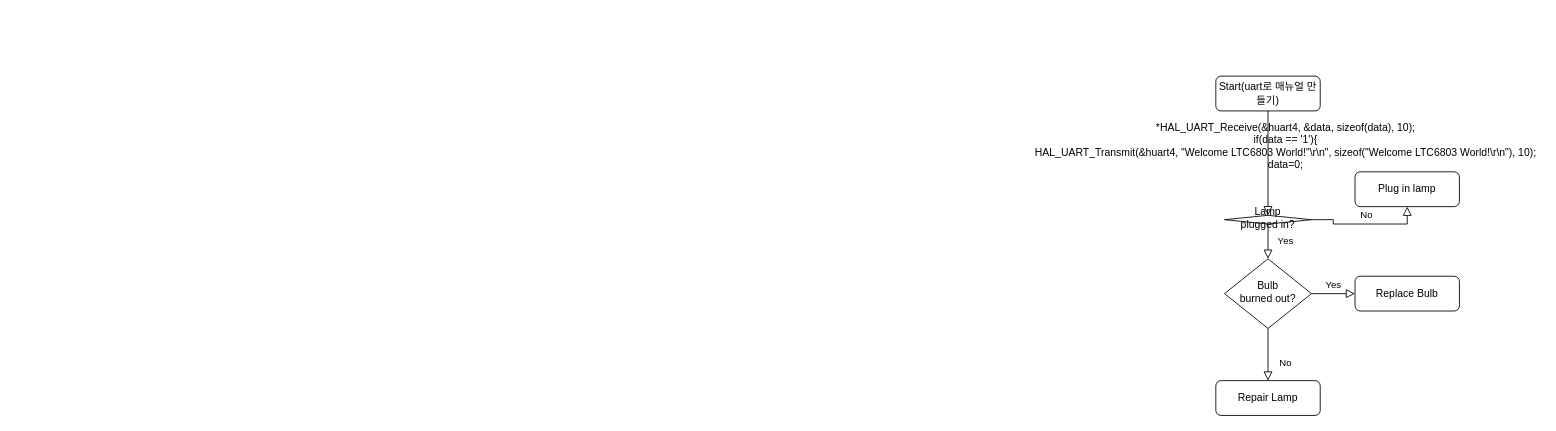
This is ReservJAVA_app/Untitled Diagram.drawio from jedikb/reservJAVA_app, a draw.io file, before an edit. Source tidied: cells renumbered, new cells numbered last; positions are measured from the earlier drawing's top-left corner, leaving out a move shared by most shapes. Both pictures are drawn from the tidied source at 87%, with x=0, y=0 at pixel (1028, 76).
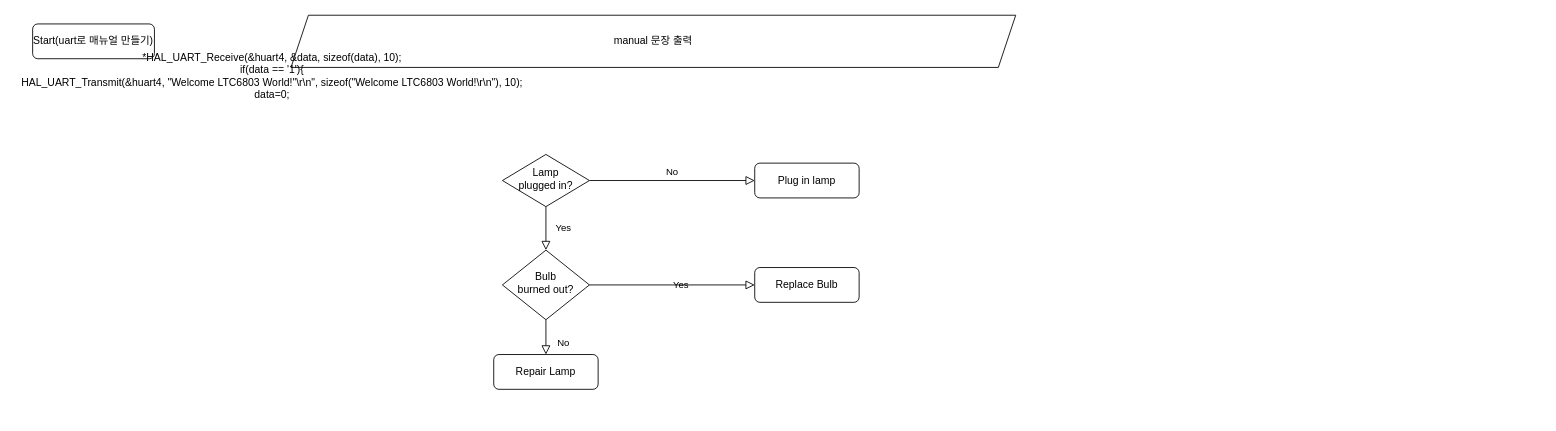
The same page after the edit.

The edit, as a diff of the source:
```diff
@@
 <mxGraphModel>
   <root>
     <mxCell id="0" />
     <mxCell id="1" parent="0" />
-    <mxCell id="2" style="rounded=0;html=1;jettySize=auto;fontSize=11;endArrow=block;endFill=0;endSize=8;strokeWidth=1;shadow=0;labelBackgroundColor=none;edgeStyle=orthogonalEdgeStyle;" parent="1" edge="1" source="3" target="6">
-      <mxGeometry relative="1" as="geometry">
-        <Array as="points">
-          <mxPoint x="275" y="90" />
-        </Array>
-      </mxGeometry>
-    </mxCell>
+    <mxCell id="14" value="manual 문장 출력&lt;br&gt;" style="shape=parallelogram;perimeter=parallelogramPerimeter;whiteSpace=wrap;html=1;fixedSize=1;fillColor=#ffffff;gradientColor=#ffffff;" parent="1" vertex="1">
+      <mxGeometry x="-848" y="-70" width="833" height="60" as="geometry" />
+    </mxCell>
     <mxCell id="3" value="Start(uart로 매뉴얼 만들기)" style="rounded=1;whiteSpace=wrap;html=1;fontSize=12;glass=0;strokeWidth=1;shadow=0;" parent="1" vertex="1">
-      <mxGeometry x="215" width="120" height="40" as="geometry" />
+      <mxGeometry x="-1145" y="-60" width="140" height="40" as="geometry" />
     </mxCell>
     <mxCell id="4" value="Yes" style="rounded=0;html=1;jettySize=auto;fontSize=11;endArrow=block;endFill=0;endSize=8;strokeWidth=1;shadow=0;labelBackgroundColor=none;edgeStyle=orthogonalEdgeStyle;" parent="1" edge="1" source="6" target="10">
       <mxGeometry y="20" relative="1" as="geometry" />
     </mxCell>
     <mxCell id="5" value="No" style="edgeStyle=orthogonalEdgeStyle;rounded=0;html=1;jettySize=auto;fontSize=11;endArrow=block;endFill=0;endSize=8;strokeWidth=1;shadow=0;labelBackgroundColor=none;" parent="1" edge="1" source="6" target="7">
-      <mxGeometry y="10" relative="1" as="geometry" />
+      <mxGeometry y="10" relative="1" as="geometry">
+        <Array as="points">
+          <mxPoint x="-245" y="120" />
+          <mxPoint x="-245" y="120" />
+        </Array>
+      </mxGeometry>
     </mxCell>
     <mxCell id="6" value="Lamp&lt;br&gt;plugged in?" style="rhombus;whiteSpace=wrap;html=1;shadow=0;fontFamily=Helvetica;fontSize=12;align=center;strokeWidth=1;spacing=6;spacingTop=-4;" parent="1" vertex="1">
-      <mxGeometry x="225" y="160" width="100" height="10" as="geometry" />
+      <mxGeometry x="-605" y="90" width="100" height="60" as="geometry" />
     </mxCell>
     <mxCell id="7" value="Plug in lamp" style="rounded=1;whiteSpace=wrap;html=1;fontSize=12;glass=0;strokeWidth=1;shadow=0;" parent="1" vertex="1">
-      <mxGeometry x="375" y="110" width="120" height="40" as="geometry" />
+      <mxGeometry x="-315" y="100" width="120" height="40" as="geometry" />
     </mxCell>
     <mxCell id="8" value="No" style="rounded=0;html=1;jettySize=auto;fontSize=11;endArrow=block;endFill=0;endSize=8;strokeWidth=1;shadow=0;labelBackgroundColor=none;edgeStyle=orthogonalEdgeStyle;" parent="1" edge="1" source="10" target="11">
       <mxGeometry x="0.33" y="20" relative="1" as="geometry" />
     </mxCell>
-    <mxCell id="9" value="Yes" style="edgeStyle=orthogonalEdgeStyle;rounded=0;html=1;jettySize=auto;fontSize=11;endArrow=block;endFill=0;endSize=8;strokeWidth=1;shadow=0;labelBackgroundColor=none;" parent="1" edge="1" source="10" target="12">
-      <mxGeometry y="10" relative="1" as="geometry" />
-    </mxCell>
     <mxCell id="10" value="Bulb&lt;br&gt;burned out?" style="rhombus;whiteSpace=wrap;html=1;shadow=0;fontFamily=Helvetica;fontSize=12;align=center;strokeWidth=1;spacing=6;spacingTop=-4;" parent="1" vertex="1">
-      <mxGeometry x="225" y="210" width="100" height="80" as="geometry" />
+      <mxGeometry x="-605" y="200" width="100" height="80" as="geometry" />
     </mxCell>
     <mxCell id="11" value="Repair Lamp" style="rounded=1;whiteSpace=wrap;html=1;fontSize=12;glass=0;strokeWidth=1;shadow=0;" parent="1" vertex="1">
-      <mxGeometry x="215" y="350" width="120" height="40" as="geometry" />
+      <mxGeometry x="-615" y="320" width="120" height="40" as="geometry" />
     </mxCell>
     <mxCell id="12" value="Replace Bulb" style="rounded=1;whiteSpace=wrap;html=1;fontSize=12;glass=0;strokeWidth=1;shadow=0;" parent="1" vertex="1">
-      <mxGeometry x="375" y="230" width="120" height="40" as="geometry" />
+      <mxGeometry x="-315" y="220" width="120" height="40" as="geometry" />
     </mxCell>
     <mxCell id="13" value="&lt;div&gt;*HAL_UART_Receive(&amp;amp;huart4, &amp;amp;data, sizeof(data), 10);&lt;/div&gt;&lt;div&gt;&lt;span&gt;  &lt;/span&gt; if(data == '1'){&lt;/div&gt;&lt;div&gt;&lt;span&gt;  &lt;/span&gt; HAL_UART_Transmit(&amp;amp;huart4, &quot;Welcome LTC6803 World!&quot;\r\n&quot;, sizeof(&quot;Welcome LTC6803 World!\r\n&quot;), 10);&lt;/div&gt;&lt;div&gt;&lt;span&gt;  &lt;/span&gt; data=0;&lt;/div&gt;" style="text;html=1;align=center;verticalAlign=middle;" parent="1" vertex="1">
-      <mxGeometry y="50" width="590" height="60" as="geometry" />
+      <mxGeometry x="-1165" y="-30" width="590" height="60" as="geometry" />
     </mxCell>
+    <mxCell id="9" value="Yes" style="edgeStyle=orthogonalEdgeStyle;rounded=0;html=1;jettySize=auto;fontSize=11;endArrow=block;endFill=0;endSize=8;strokeWidth=1;shadow=0;labelBackgroundColor=none;" parent="1" edge="1" source="10">
+      <mxGeometry y="10" relative="1" as="geometry">
+        <mxPoint x="-315" y="240" as="targetPoint" />
+      </mxGeometry>
+    </mxCell>
   </root>
 </mxGraphModel>
```
